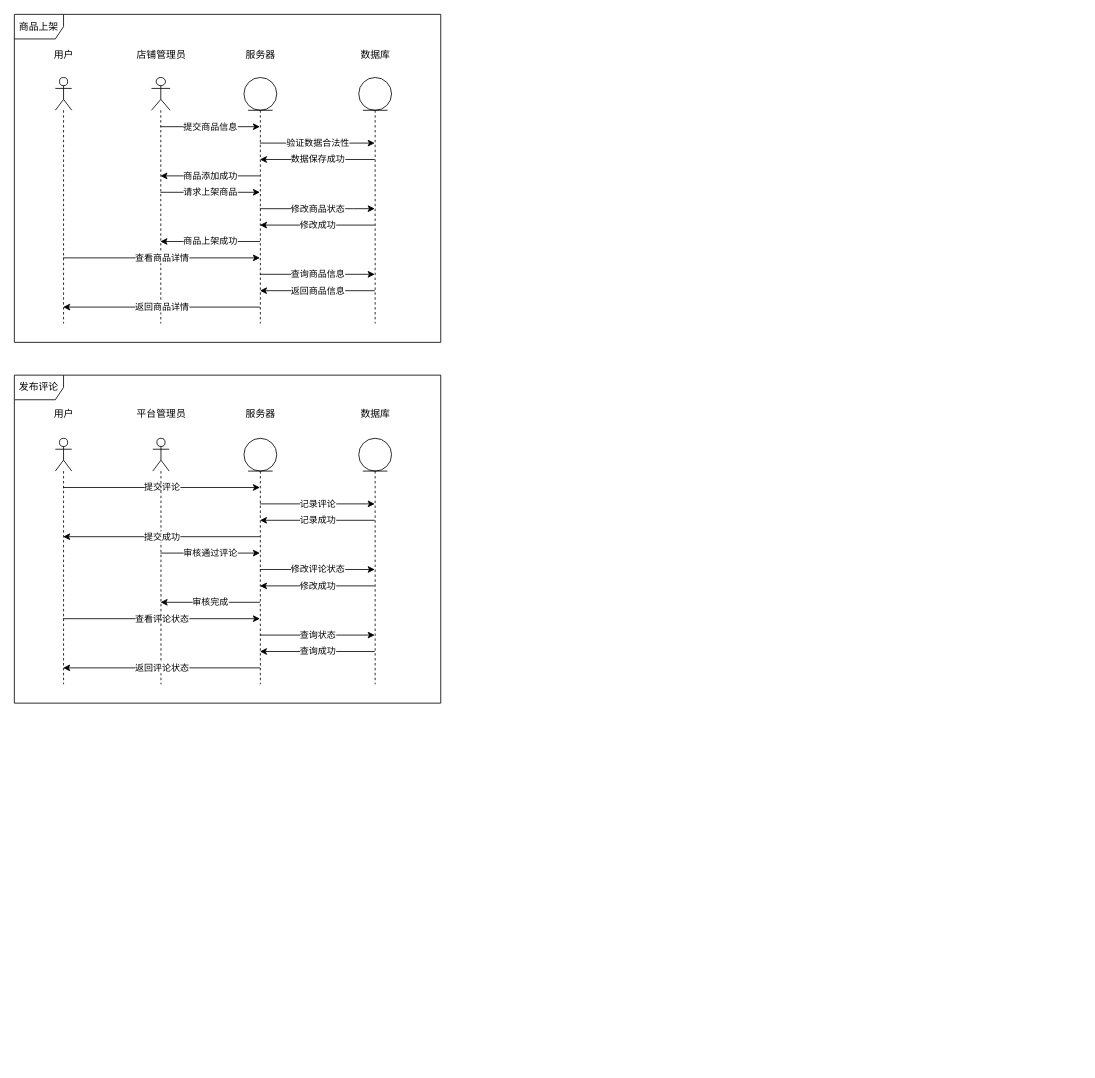
app1echip/grams keeps this draw.io diagram as 软工导论小组作业/需求建模之动态模型（商品模块）.drawio. Above is the earlier version. Source tidied: cells renumbered, new cells numbered last; positions are measured from the earlier drawing's top-left corner, leaving out a move shared by most shapes. Both pictures are drawn from the tidied source at 82%, with x=0, y=0 at pixel (14, 14).
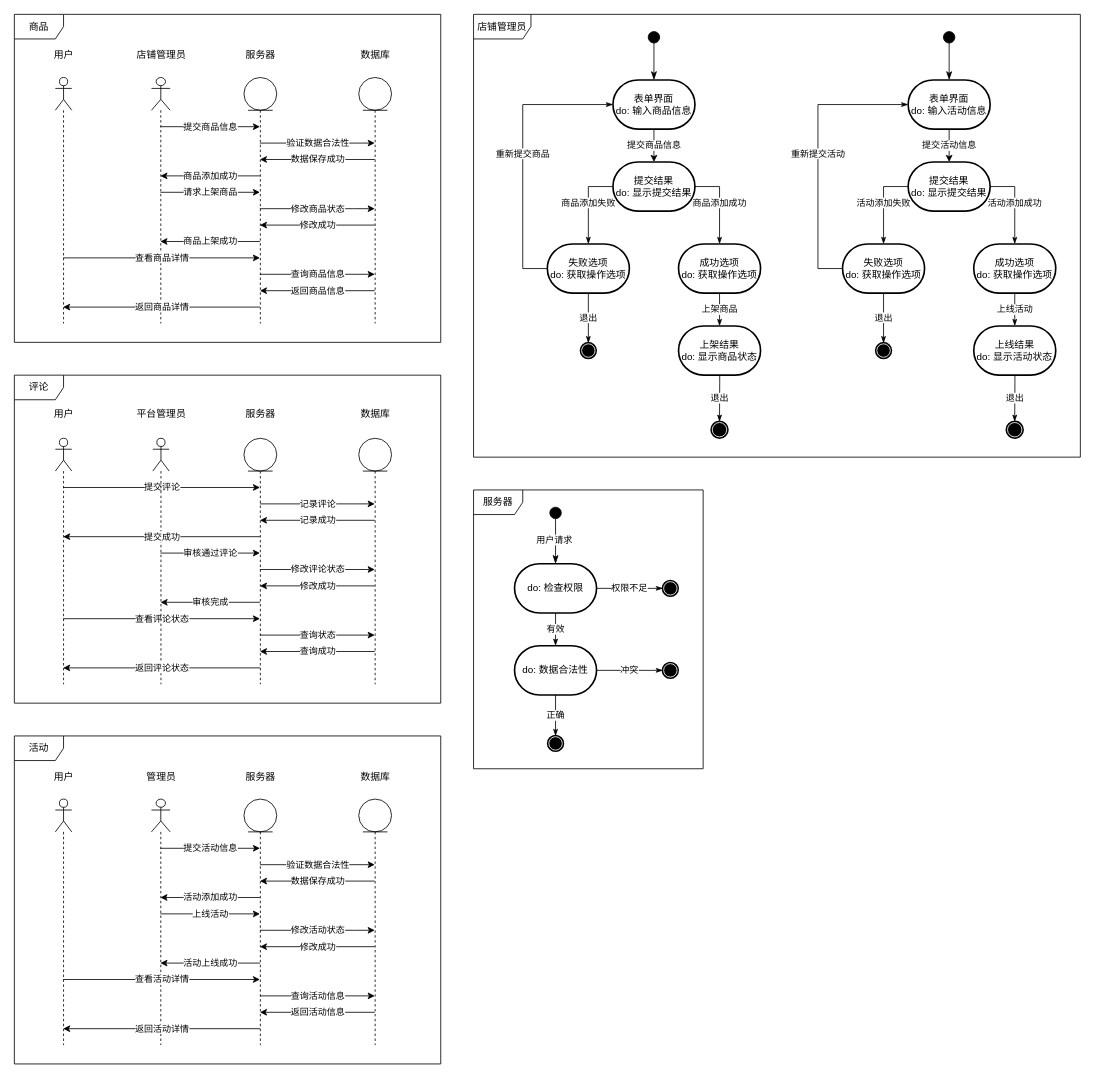
The same diagram, later.

Commit message:
Update 需求建模之动态模型（商品模块）.drawio

What changed in the source:
```diff
@@
+    <mxCell id="44" value="服务器" style="shape=umlFrame;whiteSpace=wrap;html=1;" parent="1" vertex="1">
+      <mxGeometry x="560" y="580" width="280" height="340" as="geometry" />
+    </mxCell>
+    <mxCell id="45" value="店铺管理员" style="shape=umlFrame;whiteSpace=wrap;html=1;width=70;height=30;" parent="1" vertex="1">
+      <mxGeometry x="560" width="740" height="540" as="geometry" />
+    </mxCell>
+    <mxCell id="46" value="活动" style="shape=umlFrame;whiteSpace=wrap;html=1;width=60;height=30;" parent="1" vertex="1">
+      <mxGeometry y="880" width="520" height="400" as="geometry" />
+    </mxCell>
@@
-    <mxCell id="42" value="商品上架" style="shape=umlFrame;whiteSpace=wrap;html=1;" parent="1" vertex="1">
+    <mxCell id="42" value="商品" style="shape=umlFrame;whiteSpace=wrap;html=1;" parent="1" vertex="1">
       <mxGeometry width="520" height="400" as="geometry" />
     </mxCell>
-    <mxCell id="43" value="发布评论" style="shape=umlFrame;whiteSpace=wrap;html=1;" parent="1" vertex="1">
+    <mxCell id="43" value="评论" style="shape=umlFrame;whiteSpace=wrap;html=1;" parent="1" vertex="1">
       <mxGeometry y="440" width="520" height="400" as="geometry" />
     </mxCell>
+    <mxCell id="47" value="提交活动信息" style="edgeStyle=orthogonalEdgeStyle;rounded=0;jettySize=auto;html=1;" parent="1" edge="1" source="49" target="56">
+      <mxGeometry relative="1" as="geometry">
+        <Array as="points">
+          <mxPoint x="223.8" y="1017" />
+          <mxPoint x="223.8" y="1017" />
+        </Array>
+      </mxGeometry>
+    </mxCell>
+    <mxCell id="48" value="上线活动" style="edgeStyle=orthogonalEdgeStyle;rounded=0;jettySize=auto;html=1;" parent="1" edge="1" source="49" target="56">
+      <mxGeometry relative="1" as="geometry">
+        <Array as="points">
+          <mxPoint x="213.8" y="1097" />
+          <mxPoint x="213.8" y="1097" />
+        </Array>
+      </mxGeometry>
+    </mxCell>
+    <mxCell id="49" style="shape=umlLifeline;participant=umlActor;perimeter=lifelinePerimeter;whiteSpace=wrap;html=1;verticalAlign=top;spacingTop=36;outlineConnect=0;" parent="1" vertex="1">
+      <mxGeometry x="167.2" y="957" width="22.8" height="300" as="geometry" />
+    </mxCell>
+    <mxCell id="50" value="验证数据合法性" style="edgeStyle=orthogonalEdgeStyle;rounded=0;jettySize=auto;html=1;" parent="1" edge="1" source="56" target="60">
+      <mxGeometry relative="1" as="geometry">
+        <Array as="points">
+          <mxPoint x="403.8" y="1037" />
+          <mxPoint x="403.8" y="1037" />
+        </Array>
+      </mxGeometry>
+    </mxCell>
+    <mxCell id="51" value="活动添加成功" style="edgeStyle=orthogonalEdgeStyle;rounded=0;jettySize=auto;html=1;" parent="1" edge="1" source="56" target="49">
+      <mxGeometry relative="1" as="geometry">
+        <Array as="points">
+          <mxPoint x="223.8" y="1077" />
+          <mxPoint x="223.8" y="1077" />
+        </Array>
+      </mxGeometry>
+    </mxCell>
+    <mxCell id="52" value="修改活动状态" style="edgeStyle=orthogonalEdgeStyle;rounded=0;jettySize=auto;html=1;" parent="1" edge="1" source="56" target="60">
+      <mxGeometry relative="1" as="geometry">
+        <Array as="points">
+          <mxPoint x="413.8" y="1117" />
+          <mxPoint x="413.8" y="1117" />
+        </Array>
+      </mxGeometry>
+    </mxCell>
+    <mxCell id="53" value="活动上线成功" style="edgeStyle=orthogonalEdgeStyle;rounded=0;jettySize=auto;html=1;" parent="1" edge="1" source="56" target="49">
+      <mxGeometry relative="1" as="geometry">
+        <Array as="points">
+          <mxPoint x="223.8" y="1157" />
+          <mxPoint x="223.8" y="1157" />
+        </Array>
+      </mxGeometry>
+    </mxCell>
+    <mxCell id="54" value="查询活动信息" style="edgeStyle=orthogonalEdgeStyle;rounded=0;jettySize=auto;html=1;" parent="1" edge="1" source="56" target="60">
+      <mxGeometry relative="1" as="geometry">
+        <Array as="points">
+          <mxPoint x="370" y="1197" />
+          <mxPoint x="370" y="1197" />
+        </Array>
+      </mxGeometry>
+    </mxCell>
+    <mxCell id="55" value="返回活动详情" style="edgeStyle=orthogonalEdgeStyle;rounded=0;jettySize=auto;html=1;" parent="1" edge="1" source="56" target="65">
+      <mxGeometry relative="1" as="geometry">
+        <Array as="points">
+          <mxPoint x="150" y="1237" />
+          <mxPoint x="150" y="1237" />
+        </Array>
+      </mxGeometry>
+    </mxCell>
+    <mxCell id="56" style="shape=umlLifeline;participant=umlEntity;perimeter=lifelinePerimeter;whiteSpace=wrap;html=1;verticalAlign=top;spacingTop=36;outlineConnect=0;" parent="1" vertex="1">
+      <mxGeometry x="280" y="957" width="40" height="300" as="geometry" />
+    </mxCell>
+    <mxCell id="57" value="数据保存成功" style="edgeStyle=orthogonalEdgeStyle;rounded=0;jettySize=auto;html=1;" parent="1" edge="1" source="60" target="56">
+      <mxGeometry relative="1" as="geometry">
+        <Array as="points">
+          <mxPoint x="403.8" y="1057" />
+          <mxPoint x="403.8" y="1057" />
+        </Array>
+      </mxGeometry>
+    </mxCell>
+    <mxCell id="58" value="修改成功" style="edgeStyle=orthogonalEdgeStyle;rounded=0;jettySize=auto;html=1;" parent="1" edge="1" source="60" target="56">
+      <mxGeometry relative="1" as="geometry">
+        <Array as="points">
+          <mxPoint x="393.8" y="1137" />
+          <mxPoint x="393.8" y="1137" />
+        </Array>
+      </mxGeometry>
+    </mxCell>
+    <mxCell id="59" value="返回活动信息" style="edgeStyle=orthogonalEdgeStyle;rounded=0;jettySize=auto;html=1;" parent="1" edge="1" source="60" target="56">
+      <mxGeometry relative="1" as="geometry">
+        <Array as="points">
+          <mxPoint x="330" y="1217" />
+          <mxPoint x="330" y="1217" />
+        </Array>
+      </mxGeometry>
+    </mxCell>
+    <mxCell id="60" style="shape=umlLifeline;participant=umlEntity;perimeter=lifelinePerimeter;whiteSpace=wrap;html=1;verticalAlign=top;spacingTop=36;outlineConnect=0;" parent="1" vertex="1">
+      <mxGeometry x="420" y="957" width="40" height="300" as="geometry" />
+    </mxCell>
+    <mxCell id="61" value="管理员" style="text;html=1;align=center;verticalAlign=middle;" parent="1" vertex="1">
+      <mxGeometry x="153.8" y="920" width="50" height="20" as="geometry" />
+    </mxCell>
+    <mxCell id="62" value="服务器" style="text;html=1;align=center;verticalAlign=middle;" parent="1" vertex="1">
+      <mxGeometry x="275" y="920" width="50" height="20" as="geometry" />
+    </mxCell>
+    <mxCell id="63" value="数据库" style="text;html=1;align=center;verticalAlign=middle;" parent="1" vertex="1">
+      <mxGeometry x="415" y="920" width="50" height="20" as="geometry" />
+    </mxCell>
+    <mxCell id="64" value="查看活动详情" style="edgeStyle=orthogonalEdgeStyle;rounded=0;jettySize=auto;html=1;" parent="1" edge="1" source="65" target="56">
+      <mxGeometry relative="1" as="geometry">
+        <Array as="points">
+          <mxPoint x="80" y="1177" />
+          <mxPoint x="80" y="1177" />
+        </Array>
+      </mxGeometry>
+    </mxCell>
+    <mxCell id="65" style="shape=umlLifeline;participant=umlActor;perimeter=lifelinePerimeter;whiteSpace=wrap;html=1;verticalAlign=top;spacingTop=36;outlineConnect=0;" parent="1" vertex="1">
+      <mxGeometry x="50" y="957" width="20" height="300" as="geometry" />
+    </mxCell>
+    <mxCell id="66" value="用户" style="text;html=1;align=center;verticalAlign=middle;" parent="1" vertex="1">
+      <mxGeometry x="40" y="920" width="40" height="20" as="geometry" />
+    </mxCell>
+    <mxCell id="67" value="提交商品信息" style="edgeStyle=orthogonalEdgeStyle;rounded=0;jettySize=auto;html=1;" parent="1" edge="1" source="68" target="71">
+      <mxGeometry relative="1" as="geometry" />
+    </mxCell>
+    <mxCell id="68" value="表单界面&lt;br&gt;do: 输入商品信息" style="strokeWidth=2;html=1;shape=mxgraph.flowchart.terminator;whiteSpace=wrap;" parent="1" vertex="1">
+      <mxGeometry x="730" y="80" width="100" height="60" as="geometry" />
+    </mxCell>
+    <mxCell id="69" value="商品添加失败" style="edgeStyle=orthogonalEdgeStyle;rounded=0;jettySize=auto;html=1;endArrow=classicThin;endFill=1;" parent="1" edge="1" source="71" target="75">
+      <mxGeometry relative="1" as="geometry">
+        <Array as="points">
+          <mxPoint x="700" y="210" />
+        </Array>
+      </mxGeometry>
+    </mxCell>
+    <mxCell id="70" value="商品添加成功" style="edgeStyle=orthogonalEdgeStyle;rounded=0;jettySize=auto;html=1;endArrow=classicThin;endFill=1;" parent="1" edge="1" source="71" target="78">
+      <mxGeometry relative="1" as="geometry">
+        <Array as="points">
+          <mxPoint x="860" y="210" />
+        </Array>
+      </mxGeometry>
+    </mxCell>
+    <mxCell id="71" value="提交结果&lt;br&gt;do: 显示提交结果" style="strokeWidth=2;html=1;shape=mxgraph.flowchart.terminator;whiteSpace=wrap;" parent="1" vertex="1">
+      <mxGeometry x="730" y="180" width="100" height="60" as="geometry" />
+    </mxCell>
+    <mxCell id="72" style="html=1;verticalAlign=bottom;startArrow=circle;startFill=1;endArrow=classicThin;startSize=6;endSize=8;endFill=1;" parent="1" edge="1" target="68">
+      <mxGeometry relative="1" as="geometry">
+        <mxPoint x="780" y="20" as="sourcePoint" />
+      </mxGeometry>
+    </mxCell>
+    <mxCell id="73" value="重新提交商品" style="edgeStyle=orthogonalEdgeStyle;rounded=0;jettySize=auto;html=1;endArrow=classicThin;endFill=1;" parent="1" edge="1" source="75" target="68">
+      <mxGeometry relative="1" as="geometry">
+        <Array as="points">
+          <mxPoint x="620" y="310" />
+          <mxPoint x="620" y="110" />
+        </Array>
+      </mxGeometry>
+    </mxCell>
+    <mxCell id="74" value="退出" style="edgeStyle=orthogonalEdgeStyle;rounded=0;jettySize=auto;html=1;endArrow=classicThin;endFill=1;" parent="1" edge="1" source="75" target="76">
+      <mxGeometry relative="1" as="geometry" />
+    </mxCell>
+    <mxCell id="75" value="失败选项&lt;br&gt;do: 获取操作选项" style="strokeWidth=2;html=1;shape=mxgraph.flowchart.terminator;whiteSpace=wrap;" parent="1" vertex="1">
+      <mxGeometry x="650" y="280" width="100" height="60" as="geometry" />
+    </mxCell>
+    <mxCell id="76" style="shape=mxgraph.bpmn.shape;html=1;verticalLabelPosition=bottom;labelBackgroundColor=#ffffff;verticalAlign=top;align=center;perimeter=ellipsePerimeter;outlineConnect=0;outline=end;symbol=terminate;" parent="1" vertex="1">
+      <mxGeometry x="690.9" y="400.9" width="18.2" height="18.2" as="geometry" />
+    </mxCell>
+    <mxCell id="77" value="上架商品" style="edgeStyle=orthogonalEdgeStyle;rounded=0;jettySize=auto;html=1;endArrow=classicThin;endFill=1;" parent="1" edge="1" source="78" target="80">
+      <mxGeometry relative="1" as="geometry" />
+    </mxCell>
+    <mxCell id="78" value="成功选项&lt;br&gt;do: 获取操作选项" style="strokeWidth=2;html=1;shape=mxgraph.flowchart.terminator;whiteSpace=wrap;" parent="1" vertex="1">
+      <mxGeometry x="810" y="280" width="100" height="60" as="geometry" />
+    </mxCell>
+    <mxCell id="79" value="退出" style="edgeStyle=orthogonalEdgeStyle;rounded=0;jettySize=auto;html=1;endArrow=classicThin;endFill=1;" parent="1" edge="1" target="81">
+      <mxGeometry relative="1" as="geometry">
+        <mxPoint x="860.2" y="440" as="sourcePoint" />
+        <Array as="points">
+          <mxPoint x="860.2" y="450" />
+          <mxPoint x="860.2" y="450" />
+        </Array>
+      </mxGeometry>
+    </mxCell>
+    <mxCell id="80" value="上架结果&lt;br&gt;do: 显示商品状态" style="strokeWidth=2;html=1;shape=mxgraph.flowchart.terminator;whiteSpace=wrap;" parent="1" vertex="1">
+      <mxGeometry x="810" y="380" width="100" height="60" as="geometry" />
+    </mxCell>
+    <mxCell id="81" style="shape=mxgraph.bpmn.shape;html=1;verticalLabelPosition=bottom;labelBackgroundColor=#ffffff;verticalAlign=top;align=center;perimeter=ellipsePerimeter;outlineConnect=0;outline=end;symbol=terminate;" parent="1" vertex="1">
+      <mxGeometry x="850.2" y="496.8" width="19.5" height="19.5" as="geometry" />
+    </mxCell>
+    <mxCell id="82" value="提交活动信息" style="edgeStyle=orthogonalEdgeStyle;rounded=0;jettySize=auto;html=1;" parent="1" edge="1" source="83" target="86">
+      <mxGeometry relative="1" as="geometry" />
+    </mxCell>
+    <mxCell id="83" value="表单界面&lt;br&gt;do: 输入活动信息" style="strokeWidth=2;html=1;shape=mxgraph.flowchart.terminator;whiteSpace=wrap;" parent="1" vertex="1">
+      <mxGeometry x="1090" y="80" width="100" height="60" as="geometry" />
+    </mxCell>
+    <mxCell id="84" value="活动添加失败" style="edgeStyle=orthogonalEdgeStyle;rounded=0;jettySize=auto;html=1;endArrow=classicThin;endFill=1;" parent="1" edge="1" source="86" target="90">
+      <mxGeometry relative="1" as="geometry">
+        <Array as="points">
+          <mxPoint x="1060" y="210" />
+        </Array>
+      </mxGeometry>
+    </mxCell>
+    <mxCell id="85" value="活动添加成功" style="edgeStyle=orthogonalEdgeStyle;rounded=0;jettySize=auto;html=1;endArrow=classicThin;endFill=1;" parent="1" edge="1" source="86" target="93">
+      <mxGeometry relative="1" as="geometry">
+        <Array as="points">
+          <mxPoint x="1220" y="210" />
+        </Array>
+      </mxGeometry>
+    </mxCell>
+    <mxCell id="86" value="提交结果&lt;br&gt;do: 显示提交结果" style="strokeWidth=2;html=1;shape=mxgraph.flowchart.terminator;whiteSpace=wrap;" parent="1" vertex="1">
+      <mxGeometry x="1090" y="180" width="100" height="60" as="geometry" />
+    </mxCell>
+    <mxCell id="87" style="html=1;verticalAlign=bottom;startArrow=circle;startFill=1;endArrow=classicThin;startSize=6;endSize=8;endFill=1;" parent="1" edge="1" target="83">
+      <mxGeometry relative="1" as="geometry">
+        <mxPoint x="1140" y="20" as="sourcePoint" />
+      </mxGeometry>
+    </mxCell>
+    <mxCell id="88" value="重新提交活动" style="edgeStyle=orthogonalEdgeStyle;rounded=0;jettySize=auto;html=1;endArrow=classicThin;endFill=1;" parent="1" edge="1" source="90" target="83">
+      <mxGeometry relative="1" as="geometry">
+        <Array as="points">
+          <mxPoint x="980" y="310" />
+          <mxPoint x="980" y="110" />
+        </Array>
+      </mxGeometry>
+    </mxCell>
+    <mxCell id="89" value="退出" style="edgeStyle=orthogonalEdgeStyle;rounded=0;jettySize=auto;html=1;endArrow=classicThin;endFill=1;" parent="1" edge="1" source="90" target="91">
+      <mxGeometry relative="1" as="geometry" />
+    </mxCell>
+    <mxCell id="90" value="失败选项&lt;br&gt;do: 获取操作选项" style="strokeWidth=2;html=1;shape=mxgraph.flowchart.terminator;whiteSpace=wrap;" parent="1" vertex="1">
+      <mxGeometry x="1010" y="280" width="100" height="60" as="geometry" />
+    </mxCell>
+    <mxCell id="91" style="shape=mxgraph.bpmn.shape;html=1;verticalLabelPosition=bottom;labelBackgroundColor=#ffffff;verticalAlign=top;align=center;perimeter=ellipsePerimeter;outlineConnect=0;outline=end;symbol=terminate;" parent="1" vertex="1">
+      <mxGeometry x="1050.9" y="400.9" width="18.2" height="18.2" as="geometry" />
+    </mxCell>
+    <mxCell id="92" value="上线活动" style="edgeStyle=orthogonalEdgeStyle;rounded=0;jettySize=auto;html=1;endArrow=classicThin;endFill=1;" parent="1" edge="1" source="93" target="95">
+      <mxGeometry relative="1" as="geometry" />
+    </mxCell>
+    <mxCell id="93" value="成功选项&lt;br&gt;do: 获取操作选项" style="strokeWidth=2;html=1;shape=mxgraph.flowchart.terminator;whiteSpace=wrap;" parent="1" vertex="1">
+      <mxGeometry x="1170" y="280" width="100" height="60" as="geometry" />
+    </mxCell>
+    <mxCell id="94" value="退出" style="edgeStyle=orthogonalEdgeStyle;rounded=0;jettySize=auto;html=1;endArrow=classicThin;endFill=1;" parent="1" edge="1" target="96">
+      <mxGeometry relative="1" as="geometry">
+        <mxPoint x="1220.2" y="440" as="sourcePoint" />
+        <Array as="points">
+          <mxPoint x="1220.2" y="450" />
+          <mxPoint x="1220.2" y="450" />
+        </Array>
+      </mxGeometry>
+    </mxCell>
+    <mxCell id="95" value="上线结果&lt;br&gt;do: 显示活动状态" style="strokeWidth=2;html=1;shape=mxgraph.flowchart.terminator;whiteSpace=wrap;" parent="1" vertex="1">
+      <mxGeometry x="1170" y="380" width="100" height="60" as="geometry" />
+    </mxCell>
+    <mxCell id="96" style="shape=mxgraph.bpmn.shape;html=1;verticalLabelPosition=bottom;labelBackgroundColor=#ffffff;verticalAlign=top;align=center;perimeter=ellipsePerimeter;outlineConnect=0;outline=end;symbol=terminate;" parent="1" vertex="1">
+      <mxGeometry x="1210.2" y="496.8" width="19.5" height="19.5" as="geometry" />
+    </mxCell>
+    <mxCell id="97" value="权限不足" style="edgeStyle=orthogonalEdgeStyle;rounded=0;jettySize=auto;html=1;endArrow=classicThin;endFill=1;" parent="1" edge="1" source="99" target="101">
+      <mxGeometry relative="1" as="geometry" />
+    </mxCell>
+    <mxCell id="98" value="有效" style="edgeStyle=orthogonalEdgeStyle;rounded=0;jettySize=auto;html=1;endArrow=classicThin;endFill=1;" parent="1" edge="1" source="99" target="103">
+      <mxGeometry relative="1" as="geometry" />
+    </mxCell>
+    <mxCell id="99" value="do: 检查权限" style="strokeWidth=2;html=1;shape=mxgraph.flowchart.terminator;whiteSpace=wrap;" parent="1" vertex="1">
+      <mxGeometry x="610" y="670" width="100" height="60" as="geometry" />
+    </mxCell>
+    <mxCell id="100" value="用户请求&amp;nbsp;" style="html=1;verticalAlign=bottom;startArrow=circle;startFill=1;endArrow=classicThin;startSize=6;endSize=8;endFill=1;" parent="1" edge="1" target="99">
+      <mxGeometry x="0.43" relative="1" as="geometry">
+        <mxPoint x="660" y="600" as="sourcePoint" />
+      </mxGeometry>
+    </mxCell>
+    <mxCell id="101" style="shape=mxgraph.bpmn.shape;html=1;verticalLabelPosition=bottom;labelBackgroundColor=#ffffff;verticalAlign=top;align=center;perimeter=ellipsePerimeter;outlineConnect=0;outline=end;symbol=terminate;" parent="1" vertex="1">
+      <mxGeometry x="790.9" y="690.9" width="18.2" height="18.2" as="geometry" />
+    </mxCell>
+    <mxCell id="102" value="冲突" style="edgeStyle=orthogonalEdgeStyle;rounded=0;jettySize=auto;html=1;entryX=0;entryY=0.5;entryDx=0;entryDy=0;endArrow=classicThin;endFill=1;" parent="1" edge="1" source="103" target="104">
+      <mxGeometry relative="1" as="geometry" />
+    </mxCell>
+    <mxCell id="103" value="do: 数据合法性" style="strokeWidth=2;html=1;shape=mxgraph.flowchart.terminator;whiteSpace=wrap;" parent="1" vertex="1">
+      <mxGeometry x="610" y="770" width="100" height="60" as="geometry" />
+    </mxCell>
+    <mxCell id="104" style="shape=mxgraph.bpmn.shape;html=1;verticalLabelPosition=bottom;labelBackgroundColor=#ffffff;verticalAlign=top;align=center;perimeter=ellipsePerimeter;outlineConnect=0;outline=end;symbol=terminate;" parent="1" vertex="1">
+      <mxGeometry x="790.9" y="790.9" width="18.2" height="18.2" as="geometry" />
+    </mxCell>
+    <mxCell id="105" value="正确" style="edgeStyle=orthogonalEdgeStyle;rounded=0;jettySize=auto;html=1;entryX=0.5;entryY=0;entryDx=0;entryDy=0;endArrow=classicThin;endFill=1;" parent="1" edge="1" source="103" target="106">
+      <mxGeometry relative="1" as="geometry" />
+    </mxCell>
+    <mxCell id="106" style="shape=mxgraph.bpmn.shape;html=1;verticalLabelPosition=bottom;labelBackgroundColor=#ffffff;verticalAlign=top;align=center;perimeter=ellipsePerimeter;outlineConnect=0;outline=end;symbol=terminate;" parent="1" vertex="1">
+      <mxGeometry x="650.9" y="880" width="18.2" height="18.2" as="geometry" />
+    </mxCell>
```
